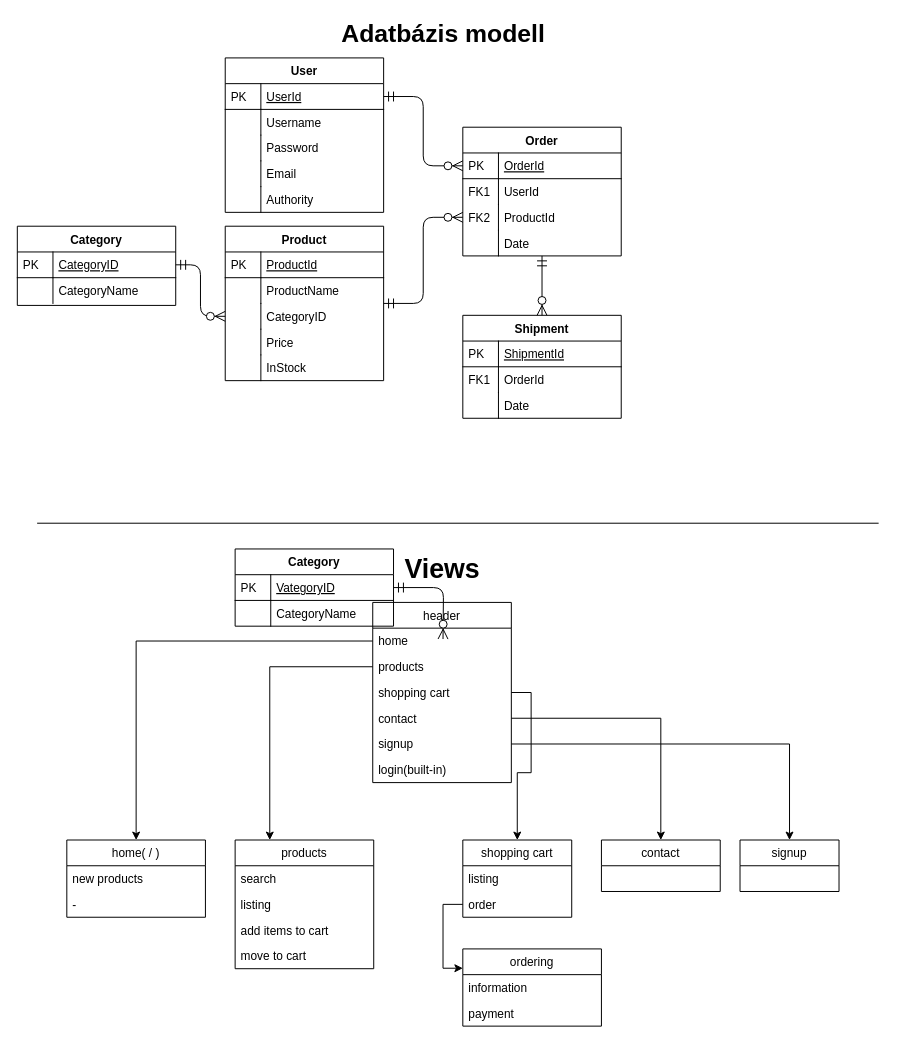
Earlier version of the draw.io diagram webshop project terv.drawio (Zsombor99/webshop-project). Source tidied: cells renumbered, new cells numbered last; positions are measured from the earlier drawing's top-left corner, leaving out a move shared by most shapes. Both pictures are drawn from the tidied source at 99%, with x=0, y=0 at pixel (17, 22).
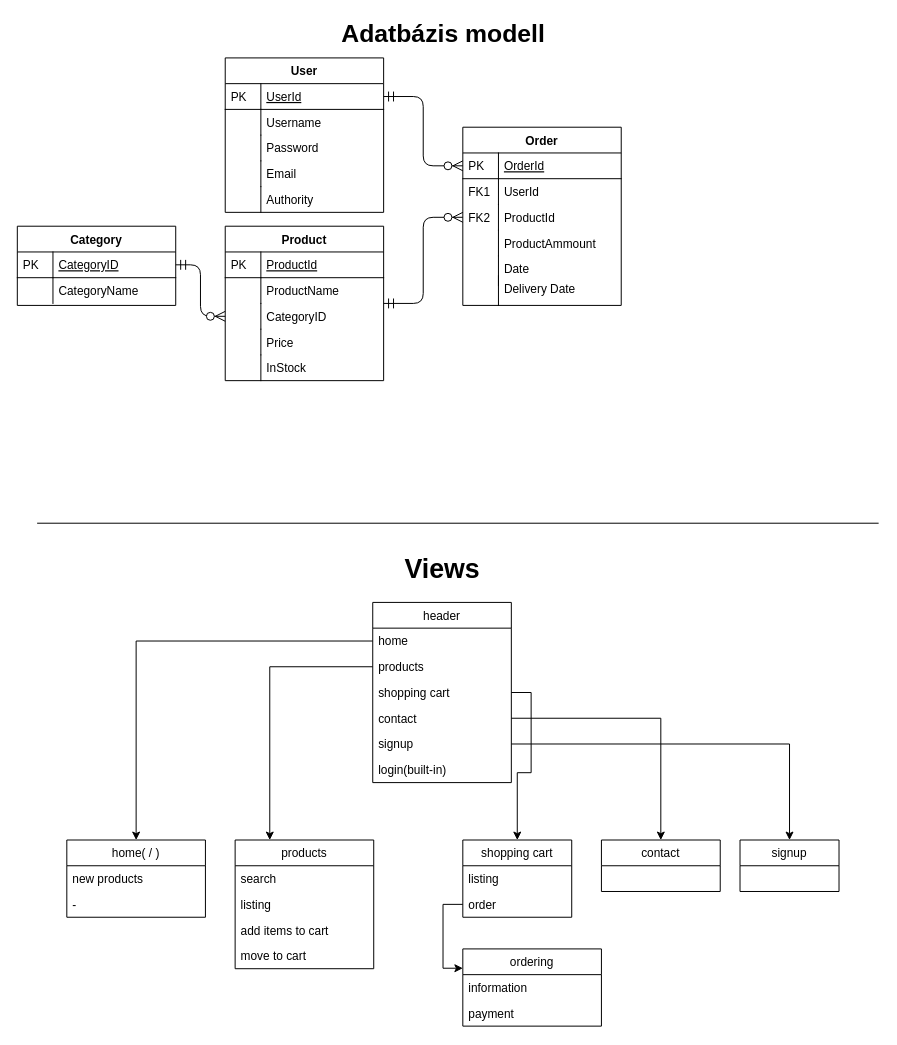
Above is the later version.

Diff of the diagram source:
```diff
@@
     <mxCell id="2" value="Order" style="swimlane;fontStyle=1;horizontal=1;startSize=26;rounded=0;shadow=0;strokeWidth=1;" parent="1" vertex="1">
-      <mxGeometry x="450" y="106" width="160" height="130" as="geometry" />
+      <mxGeometry x="450" y="106" width="160" height="180" as="geometry" />
     </mxCell>
@@
+    <mxCell id="87" value="ProductAmmount" style="shape=partialRectangle;top=0;left=0;right=0;bottom=0;align=left;verticalAlign=top;fillColor=none;spacingLeft=40;spacingRight=4;overflow=hidden;rounded=0;shadow=0;strokeWidth=1;" parent="2" vertex="1">
+      <mxGeometry y="104" width="160" height="26" as="geometry" />
+    </mxCell>
+    <mxCell id="88" style="shape=partialRectangle;top=0;left=0;bottom=0;fillColor=none;align=left;verticalAlign=top;spacingLeft=4;spacingRight=4;overflow=hidden;" parent="87" vertex="1">
+      <mxGeometry width="36" height="26" as="geometry" />
+    </mxCell>
     <mxCell id="9" value="Date" style="shape=partialRectangle;top=0;left=0;right=0;bottom=0;align=left;verticalAlign=top;fillColor=none;spacingLeft=40;spacingRight=4;overflow=hidden;rounded=0;shadow=0;strokeWidth=1;" parent="2" vertex="1">
-      <mxGeometry y="104" width="160" height="26" as="geometry" />
+      <mxGeometry y="130" width="160" height="30" as="geometry" />
     </mxCell>
     <mxCell id="10" style="shape=partialRectangle;top=0;left=0;bottom=0;fillColor=none;align=left;verticalAlign=top;spacingLeft=4;spacingRight=4;overflow=hidden;" parent="9" vertex="1">
-      <mxGeometry width="36" height="26" as="geometry" />
+      <mxGeometry width="36" height="30" as="geometry" />
     </mxCell>
@@
-    <mxCell id="12" value="Shipment" style="swimlane;fontStyle=1;horizontal=1;startSize=26;rounded=0;shadow=0;strokeWidth=1;" parent="1" vertex="1">
-      <mxGeometry x="450" y="296" width="160" height="104" as="geometry" />
-    </mxCell>
-    <mxCell id="13" value="ShipmentId" style="shape=partialRectangle;top=0;left=0;right=0;bottom=1;align=left;verticalAlign=top;fillColor=none;spacingLeft=40;spacingRight=4;overflow=hidden;rounded=0;shadow=0;strokeWidth=1;fontStyle=4;" parent="12" vertex="1">
-      <mxGeometry y="26" width="160" height="26" as="geometry" />
-    </mxCell>
-    <mxCell id="14" value="PK" style="shape=partialRectangle;top=0;left=0;bottom=0;fillColor=none;align=left;verticalAlign=top;spacingLeft=4;spacingRight=4;overflow=hidden;" parent="13" vertex="1">
-      <mxGeometry width="36" height="26" as="geometry" />
-    </mxCell>
-    <mxCell id="15" value="OrderId" style="shape=partialRectangle;top=0;left=0;right=0;bottom=0;align=left;verticalAlign=top;fillColor=none;spacingLeft=40;spacingRight=4;overflow=hidden;rounded=0;shadow=0;strokeWidth=1;" parent="12" vertex="1">
-      <mxGeometry y="52" width="160" height="26" as="geometry" />
-    </mxCell>
-    <mxCell id="16" value="FK1" style="shape=partialRectangle;top=0;left=0;bottom=0;fillColor=none;align=left;verticalAlign=top;spacingLeft=4;spacingRight=4;overflow=hidden;" parent="15" vertex="1">
-      <mxGeometry width="36" height="26" as="geometry" />
-    </mxCell>
-    <mxCell id="17" value="Date" style="shape=partialRectangle;top=0;left=0;right=0;bottom=0;align=left;verticalAlign=top;fillColor=none;spacingLeft=40;spacingRight=4;overflow=hidden;rounded=0;shadow=0;strokeWidth=1;" parent="12" vertex="1">
-      <mxGeometry y="78" width="160" height="26" as="geometry" />
-    </mxCell>
-    <mxCell id="18" style="shape=partialRectangle;top=0;left=0;bottom=0;fillColor=none;align=left;verticalAlign=top;spacingLeft=4;spacingRight=4;overflow=hidden;" parent="17" vertex="1">
-      <mxGeometry width="36" height="26" as="geometry" />
-    </mxCell>
-    <mxCell id="19" style="edgeStyle=orthogonalEdgeStyle;endArrow=ERzeroToMany;startArrow=ERmandOne;shadow=0;strokeWidth=1;endSize=8;startSize=8;" parent="1" edge="1" source="2" target="12">
-      <mxGeometry relative="1" as="geometry" />
-    </mxCell>
@@
-    <mxCell id="80" value="Category" style="swimlane;fontStyle=1;horizontal=1;startSize=26;rounded=0;shadow=0;strokeWidth=1;" parent="1" vertex="1">
-      <mxGeometry x="220" y="532" width="160" height="78" as="geometry" />
-    </mxCell>
-    <mxCell id="81" value="VategoryID" style="shape=partialRectangle;top=0;left=0;right=0;bottom=1;align=left;verticalAlign=top;fillColor=none;spacingLeft=40;spacingRight=4;overflow=hidden;points=[[0,0.5],[1,0.5]];portConstraint=eastwest;rounded=0;shadow=0;strokeWidth=1;fontStyle=4;" parent="80" vertex="1">
-      <mxGeometry y="26" width="160" height="26" as="geometry" />
-    </mxCell>
-    <mxCell id="82" value="PK" style="shape=partialRectangle;top=0;left=0;bottom=0;fillColor=none;align=left;verticalAlign=top;spacingLeft=4;spacingRight=4;overflow=hidden;" parent="81" vertex="1">
-      <mxGeometry width="36" height="26" as="geometry" />
-    </mxCell>
-    <mxCell id="83" value="CategoryName" style="shape=partialRectangle;top=0;left=0;right=0;bottom=0;align=left;verticalAlign=top;fillColor=none;spacingLeft=40;spacingRight=4;overflow=hidden;rounded=0;shadow=0;strokeWidth=1;" parent="80" vertex="1">
-      <mxGeometry y="52" width="160" height="26" as="geometry" />
-    </mxCell>
-    <mxCell id="84" style="shape=partialRectangle;top=0;left=0;bottom=0;fillColor=none;align=left;verticalAlign=top;spacingLeft=4;spacingRight=4;overflow=hidden;" parent="83" vertex="1">
-      <mxGeometry width="36" height="26" as="geometry" />
-    </mxCell>
-    <mxCell id="85" style="edgeStyle=orthogonalEdgeStyle;rounded=1;jettySize=auto;html=1;entryX=0;entryY=0.5;entryDx=0;entryDy=0;jumpStyle=none;shadow=0;strokeWidth=1;endArrow=ERzeroToMany;endSize=8;startArrow=ERmandOne;startSize=8;exitX=1;exitY=0.5;exitDx=0;exitDy=0;" parent="1" edge="1" source="81">
-      <mxGeometry relative="1" as="geometry">
-        <mxPoint x="430" y="623" as="targetPoint" />
-      </mxGeometry>
-    </mxCell>
@@
+    <mxCell id="89" value="Delivery Date" style="shape=partialRectangle;top=0;left=0;right=0;bottom=0;align=left;verticalAlign=top;fillColor=none;spacingLeft=40;spacingRight=4;overflow=hidden;rounded=0;shadow=0;strokeWidth=1;" parent="1" vertex="1">
+      <mxGeometry x="450" y="256" width="160" height="30" as="geometry" />
+    </mxCell>
+    <mxCell id="90" style="shape=partialRectangle;top=0;left=0;bottom=0;fillColor=none;align=left;verticalAlign=top;spacingLeft=4;spacingRight=4;overflow=hidden;" parent="89" vertex="1">
+      <mxGeometry width="36" height="30" as="geometry" />
+    </mxCell>
```
